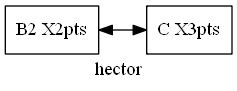
Earlier version of the Graphviz export Reportes/ListaJugador.png (hr9457/EDD_1S2020_PY1_201314296). Its source is kept beside it as ArchivosDot/ListaJugador.dot.
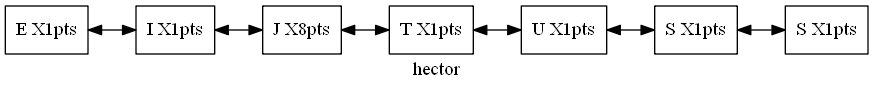
After the commit.

The edit, as a diff of the source:
```diff
@@ -1,8 +1,18 @@
 digraph Lista {
 rankdir=LR;
 node [shape=record];
-Nodo0[label="B2  X2pts"]
-Nodo1[label="C  X3pts"]
+Nodo0[label="E  X1pts"]
+Nodo1[label="I  X1pts"]
+Nodo2[label="J  X8pts"]
+Nodo3[label="T  X1pts"]
+Nodo4[label="U  X1pts"]
+Nodo5[label="S  X1pts"]
+Nodo6[label="S  X1pts"]
 Nodo0->Nodo1[dir=both];
+Nodo1->Nodo2[dir=both];
+Nodo2->Nodo3[dir=both];
+Nodo3->Nodo4[dir=both];
+Nodo4->Nodo5[dir=both];
+Nodo5->Nodo6[dir=both];
 label="hector";
 }
```
